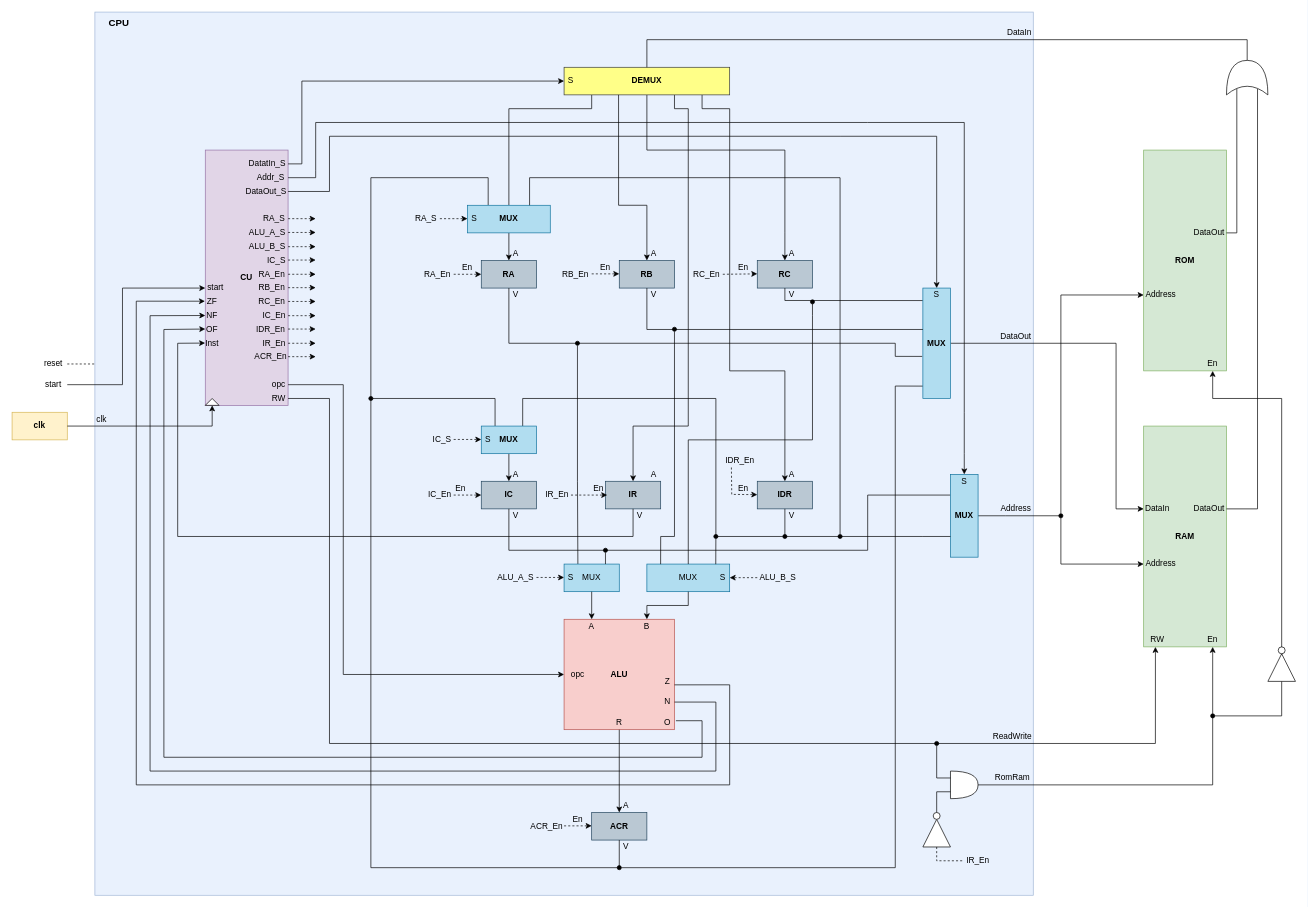
This is other/cpu.drawio from dma-neves/dcpu, a draw.io file, before an edit. Source tidied: cells renumbered, new cells numbered last; positions are measured from the earlier drawing's top-left corner, leaving out a move shared by most shapes. Both pictures are drawn from the tidied source at 69%, with x=0, y=0 at pixel (12, 12).
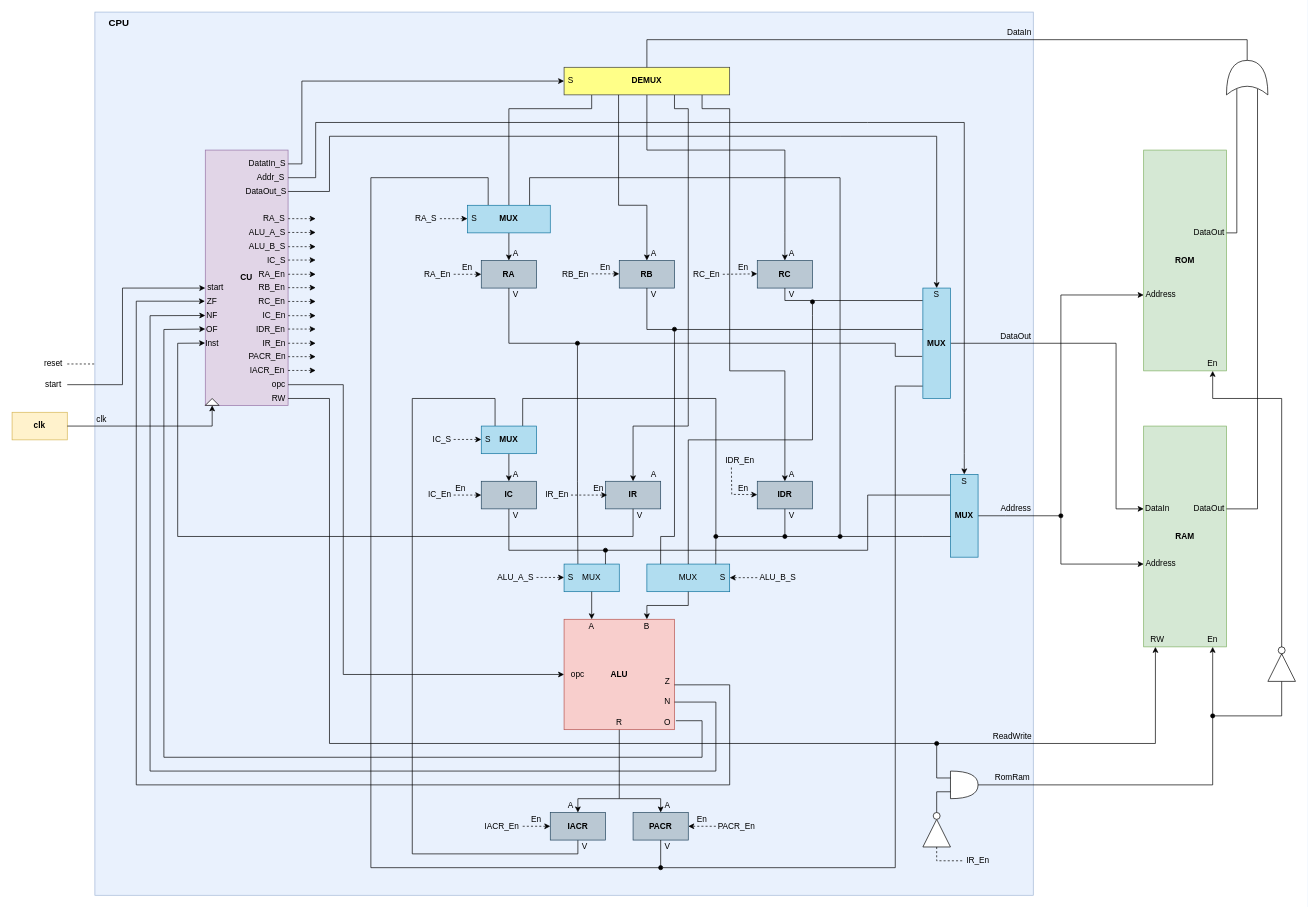
After the change.

The change refers to these unchanged cells:
```xml
<mxCell id="11" style="rounded=0;whiteSpace=wrap;html=1;fillColor=#f8cecc;strokeColor=#b85450;" parent="1" vertex="1">
  <mxGeometry x="800" y="880" width="160" height="160" as="geometry" />
</mxCell>
<mxCell id="73" style="rounded=0;whiteSpace=wrap;html=1;fillColor=#b1ddf0;strokeColor=#10739e;" parent="1" vertex="1">
  <mxGeometry x="1320" y="400" width="40" height="160" as="geometry" />
</mxCell>
<mxCell id="109" style="rounded=0;whiteSpace=wrap;html=1;fillColor=#b1ddf0;strokeColor=#10739e;" parent="1" vertex="1">
  <mxGeometry x="660" y="280" width="120" height="40" as="geometry" />
</mxCell>
<mxCell id="111" style="rounded=0;whiteSpace=wrap;html=1;fillColor=#b1ddf0;strokeColor=#10739e;" parent="1" vertex="1">
  <mxGeometry x="680" y="600" width="80" height="40" as="geometry" />
</mxCell>
```

What changed in the source:
```diff
@@
     <mxCell id="13" style="rounded=0;whiteSpace=wrap;html=1;fillColor=#bac8d3;strokeColor=#23445d;" parent="1" vertex="1">
-      <mxGeometry x="840" y="1160" width="80" height="40" as="geometry" />
+      <mxGeometry x="900" y="1160" width="80" height="40" as="geometry" />
     </mxCell>
-    <mxCell id="14" value="&lt;b&gt;ACR&lt;/b&gt;" style="text;html=1;strokeColor=none;fillColor=none;align=center;verticalAlign=middle;whiteSpace=wrap;rounded=0;" parent="1" vertex="1">
-      <mxGeometry x="860" y="1170" width="40" height="20" as="geometry" />
+    <mxCell id="14" value="&lt;b&gt;PACR&lt;/b&gt;" style="text;html=1;strokeColor=none;fillColor=none;align=center;verticalAlign=middle;whiteSpace=wrap;rounded=0;" parent="1" vertex="1">
+      <mxGeometry x="920" y="1170" width="40" height="20" as="geometry" />
     </mxCell>
-    <mxCell id="15" style="endArrow=classic;html=1;entryX=0.5;entryY=0;entryDx=0;entryDy=0;exitX=0.5;exitY=1;exitDx=0;exitDy=0;" parent="1" edge="1" source="11" target="13">
-      <mxGeometry relative="1" as="geometry" />
+    <mxCell id="15" style="endArrow=classic;html=1;entryX=0.5;entryY=0;entryDx=0;entryDy=0;exitX=0.5;exitY=1;exitDx=0;exitDy=0;rounded=0;" parent="1" edge="1" source="11" target="13">
+      <mxGeometry relative="1" as="geometry">
+        <Array as="points">
+          <mxPoint x="880" y="1140" />
+          <mxPoint x="940" y="1140" />
+        </Array>
+      </mxGeometry>
     </mxCell>
     <mxCell id="16" style="endArrow=none;html=1;exitX=0.5;exitY=1;exitDx=0;exitDy=0;endFill=0;rounded=0;entryX=0.25;entryY=0;entryDx=0;entryDy=0;" parent="1" edge="1" source="13" target="109">
       <mxGeometry relative="1" as="geometry">
         <Array as="points">
-          <mxPoint x="880" y="1240" />
+          <mxPoint x="940" y="1240" />
           <mxPoint x="520" y="1240" />
           <mxPoint x="520" y="240" />
           <mxPoint x="690" y="240" />
         </Array>
       </mxGeometry>
     </mxCell>
@@
     <mxCell id="53" value="En" style="text;html=1;strokeColor=none;fillColor=none;align=center;verticalAlign=middle;whiteSpace=wrap;rounded=0;" parent="1" vertex="1">
-      <mxGeometry x="800" y="1160" width="40" height="20" as="geometry" />
+      <mxGeometry x="980" y="1160" width="40" height="20" as="geometry" />
     </mxCell>
     <mxCell id="54" value="A" style="text;html=1;strokeColor=none;fillColor=none;align=center;verticalAlign=middle;whiteSpace=wrap;rounded=0;" parent="1" vertex="1">
-      <mxGeometry x="870" y="1140" width="40" height="20" as="geometry" />
+      <mxGeometry x="930" y="1140" width="40" height="20" as="geometry" />
     </mxCell>
@@
     <mxCell id="70" style="endArrow=none;html=1;startArrow=oval;startFill=1;entryX=0;entryY=0.888;entryDx=0;entryDy=0;rounded=0;entryPerimeter=0;" parent="1" edge="1" target="73">
       <mxGeometry relative="1" as="geometry">
-        <mxPoint x="880" y="1240" as="sourcePoint" />
+        <mxPoint x="940" y="1240" as="sourcePoint" />
         <Array as="points">
           <mxPoint x="1280" y="1240" />
           <mxPoint x="1280" y="542" />
         </Array>
       </mxGeometry>
     </mxCell>
@@
     <mxCell id="87" value="V" style="text;html=1;strokeColor=none;fillColor=none;align=center;verticalAlign=middle;whiteSpace=wrap;rounded=0;" parent="1" vertex="1">
-      <mxGeometry x="870" y="1200" width="40" height="20" as="geometry" />
+      <mxGeometry x="930" y="1200" width="40" height="20" as="geometry" />
     </mxCell>
-    <mxCell id="88" style="endArrow=none;html=1;entryX=0.25;entryY=0;entryDx=0;entryDy=0;rounded=0;startArrow=oval;startFill=1;" parent="1" edge="1" target="111">
+    <mxCell id="88" style="endArrow=none;html=1;entryX=0.25;entryY=0;entryDx=0;entryDy=0;rounded=0;startArrow=none;startFill=0;exitX=0.25;exitY=0;exitDx=0;exitDy=0;" parent="1" edge="1" source="208" target="111">
       <mxGeometry relative="1" as="geometry">
-        <mxPoint x="520" y="560" as="sourcePoint" />
         <Array as="points">
+          <mxPoint x="820" y="1220" />
+          <mxPoint x="580" y="1220" />
+          <mxPoint x="580" y="560" />
           <mxPoint x="700" y="560" />
         </Array>
       </mxGeometry>
     </mxCell>
@@
-    <mxCell id="103" value="ACR_En" style="text;html=1;strokeColor=none;fillColor=none;align=center;verticalAlign=middle;whiteSpace=wrap;rounded=0;" parent="1" vertex="1">
-      <mxGeometry x="350" y="490" width="50" height="20" as="geometry" />
+    <mxCell id="103" value="PACR_En" style="text;html=1;strokeColor=none;fillColor=none;align=center;verticalAlign=middle;whiteSpace=wrap;rounded=0;" parent="1" vertex="1">
+      <mxGeometry x="340" y="490" width="60" height="20" as="geometry" />
     </mxCell>
@@
-    <mxCell id="188" value="ACR_En" style="text;html=1;strokeColor=none;fillColor=none;align=center;verticalAlign=middle;whiteSpace=wrap;rounded=0;" parent="1" vertex="1">
-      <mxGeometry x="750" y="1170" width="50" height="20" as="geometry" />
+    <mxCell id="188" value="PACR_En" style="text;html=1;strokeColor=none;fillColor=none;align=center;verticalAlign=middle;whiteSpace=wrap;rounded=0;" parent="1" vertex="1">
+      <mxGeometry x="1020" y="1170" width="60" height="20" as="geometry" />
     </mxCell>
-    <mxCell id="189" style="endArrow=classic;dashed=1;html=1;strokeColor=#000000;endFill=1;" parent="1" edge="1">
+    <mxCell id="189" style="endArrow=classic;dashed=1;html=1;strokeColor=#000000;endFill=1;entryX=1;entryY=0.5;entryDx=0;entryDy=0;" parent="1" edge="1" target="13">
       <mxGeometry relative="1" as="geometry">
-        <mxPoint x="800" y="1179.4" as="sourcePoint" />
-        <mxPoint x="840" y="1179.4" as="targetPoint" />
+        <mxPoint x="1020" y="1180" as="sourcePoint" />
       </mxGeometry>
     </mxCell>
@@
+    <mxCell id="204" style="rounded=0;whiteSpace=wrap;html=1;fillColor=#bac8d3;strokeColor=#23445d;" parent="1" vertex="1">
+      <mxGeometry x="780" y="1160" width="80" height="40" as="geometry" />
+    </mxCell>
+    <mxCell id="205" value="&lt;b&gt;IACR&lt;/b&gt;" style="text;html=1;strokeColor=none;fillColor=none;align=center;verticalAlign=middle;whiteSpace=wrap;rounded=0;" parent="1" vertex="1">
+      <mxGeometry x="800" y="1170" width="40" height="20" as="geometry" />
+    </mxCell>
+    <mxCell id="206" value="En" style="text;html=1;strokeColor=none;fillColor=none;align=center;verticalAlign=middle;whiteSpace=wrap;rounded=0;" parent="1" vertex="1">
+      <mxGeometry x="740" y="1160" width="40" height="20" as="geometry" />
+    </mxCell>
+    <mxCell id="207" value="A" style="text;html=1;strokeColor=none;fillColor=none;align=center;verticalAlign=middle;whiteSpace=wrap;rounded=0;" parent="1" vertex="1">
+      <mxGeometry x="790" y="1140" width="40" height="20" as="geometry" />
+    </mxCell>
+    <mxCell id="208" value="V" style="text;html=1;strokeColor=none;fillColor=none;align=center;verticalAlign=middle;whiteSpace=wrap;rounded=0;" parent="1" vertex="1">
+      <mxGeometry x="810" y="1200" width="40" height="20" as="geometry" />
+    </mxCell>
+    <mxCell id="209" value="IACR_En" style="text;html=1;strokeColor=none;fillColor=none;align=center;verticalAlign=middle;whiteSpace=wrap;rounded=0;" parent="1" vertex="1">
+      <mxGeometry x="680" y="1170" width="60" height="20" as="geometry" />
+    </mxCell>
+    <mxCell id="210" style="endArrow=classic;dashed=1;html=1;strokeColor=#000000;endFill=1;entryX=0;entryY=0.5;entryDx=0;entryDy=0;" parent="1" edge="1" target="204">
+      <mxGeometry relative="1" as="geometry">
+        <mxPoint x="740" y="1180" as="sourcePoint" />
+      </mxGeometry>
+    </mxCell>
+    <mxCell id="211" style="endArrow=classic;html=1;entryX=0.75;entryY=1;entryDx=0;entryDy=0;rounded=0;" parent="1" edge="1" target="207">
+      <mxGeometry relative="1" as="geometry">
+        <mxPoint x="880" y="1140" as="sourcePoint" />
+        <Array as="points">
+          <mxPoint x="820" y="1140" />
+        </Array>
+      </mxGeometry>
+    </mxCell>
+    <mxCell id="212" value="IACR_En" style="text;html=1;strokeColor=none;fillColor=none;align=center;verticalAlign=middle;whiteSpace=wrap;rounded=0;" parent="1" vertex="1">
+      <mxGeometry x="340" y="510" width="60" height="20" as="geometry" />
+    </mxCell>
+    <mxCell id="213" style="endArrow=classic;dashed=1;html=1;strokeColor=#000000;endFill=1;" parent="1" edge="1">
+      <mxGeometry relative="1" as="geometry">
+        <mxPoint x="400" y="519.4" as="sourcePoint" />
+        <mxPoint x="440" y="519.4" as="targetPoint" />
+      </mxGeometry>
+    </mxCell>
```
